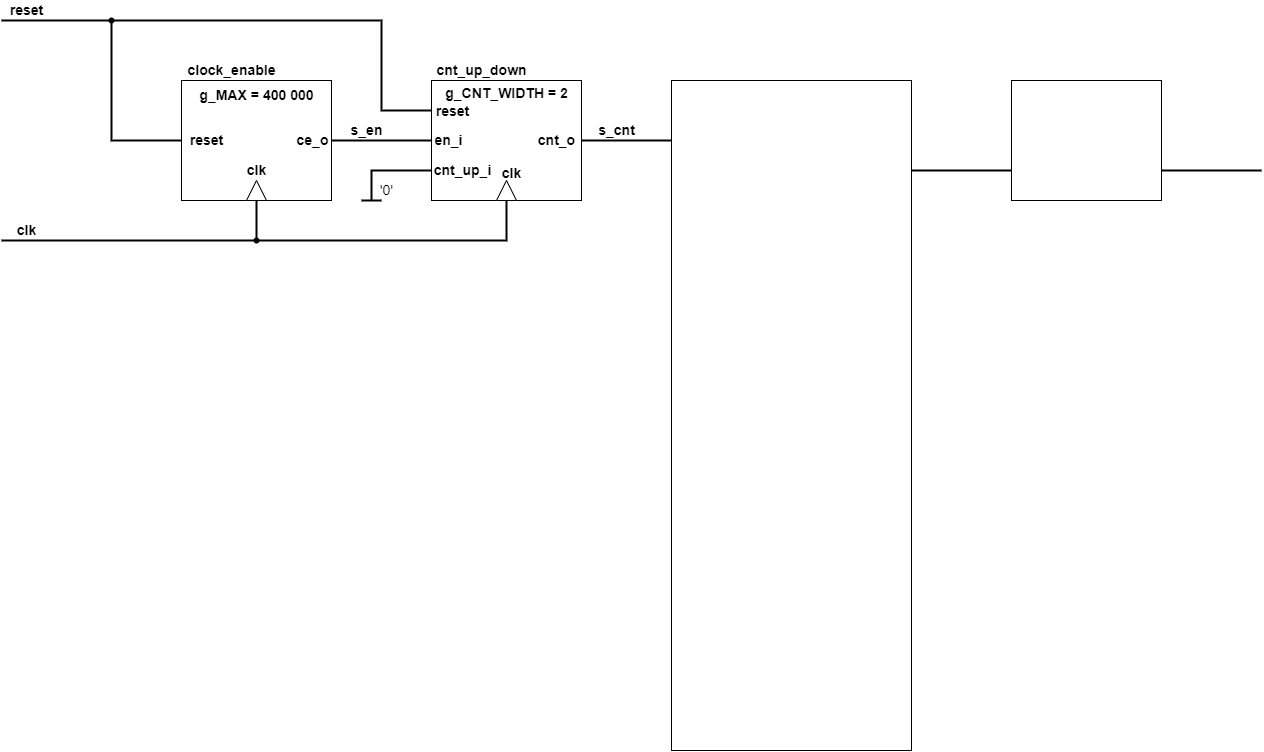
The draw.io diagram labs/07-display_driver/images/schema2.png in Marxs31/digital-electronics-1, before a commit. Source tidied: cells renumbered, new cells last; positions are measured from the earlier drawing's top-left corner, leaving out a move shared by most shapes.
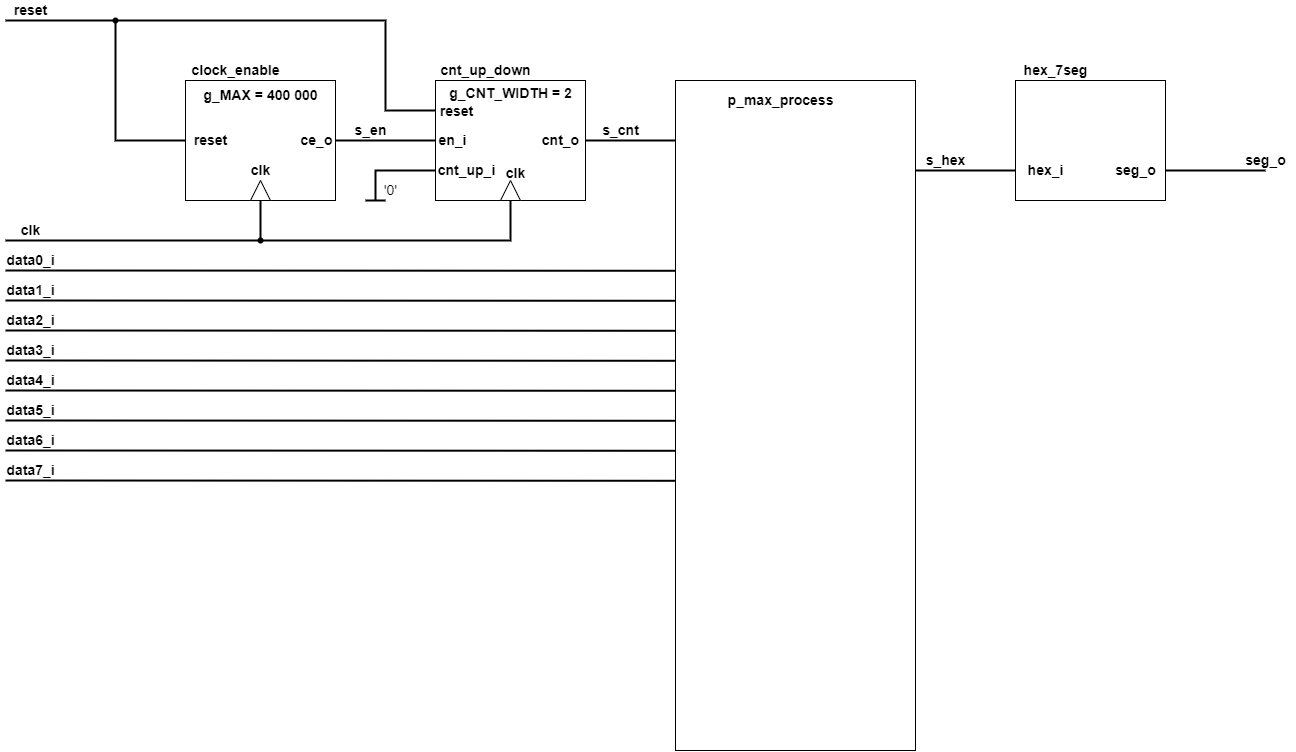
The same file after the commit.

What changed in the source:
```diff
@@ -150,5 +150,94 @@
     <mxCell id="39" value="&lt;b&gt;s_cnt&lt;/b&gt;" style="text;html=1;align=center;verticalAlign=middle;strokeColor=none;fillColor=none;fontSize=14;" parent="1" vertex="1">
       <mxGeometry x="590" y="120" width="50" height="20" as="geometry" />
     </mxCell>
+    <mxCell id="40" value="&lt;b&gt;p_max_process&lt;/b&gt;" style="text;html=1;align=center;verticalAlign=middle;strokeColor=none;fillColor=none;fontSize=14;" parent="1" vertex="1">
+      <mxGeometry x="715" y="90" width="120" height="20" as="geometry" />
+    </mxCell>
+    <mxCell id="41" value="&lt;b&gt;s_hex&lt;/b&gt;" style="text;html=1;align=center;verticalAlign=middle;strokeColor=none;fillColor=none;fontSize=14;" parent="1" vertex="1">
+      <mxGeometry x="910" y="150" width="60" height="20" as="geometry" />
+    </mxCell>
+    <mxCell id="42" value="&lt;b&gt;hex_7seg&lt;/b&gt;" style="text;html=1;align=center;verticalAlign=middle;strokeColor=none;fillColor=none;fontSize=14;" parent="1" vertex="1">
+      <mxGeometry x="1010" y="60" width="80" height="20" as="geometry" />
+    </mxCell>
+    <mxCell id="43" value="&lt;b&gt;hex_i&lt;/b&gt;" style="text;html=1;align=center;verticalAlign=middle;strokeColor=none;fillColor=none;fontSize=14;" parent="1" vertex="1">
+      <mxGeometry x="1015" y="160" width="50" height="20" as="geometry" />
+    </mxCell>
+    <mxCell id="44" value="&lt;b&gt;seg_o&lt;/b&gt;" style="text;html=1;align=center;verticalAlign=middle;strokeColor=none;fillColor=none;fontSize=14;" parent="1" vertex="1">
+      <mxGeometry x="1100" y="160" width="60" height="20" as="geometry" />
+    </mxCell>
+    <mxCell id="45" value="&lt;b&gt;seg_o&lt;/b&gt;" style="text;html=1;align=center;verticalAlign=middle;strokeColor=none;fillColor=none;fontSize=14;" parent="1" vertex="1">
+      <mxGeometry x="1230" y="150" width="60" height="20" as="geometry" />
+    </mxCell>
+    <mxCell id="46" style="endArrow=none;html=1;rounded=0;fontSize=14;strokeWidth=2;entryX=0;entryY=0.284;entryDx=0;entryDy=0;entryPerimeter=0;" parent="1" edge="1" target="4">
+      <mxGeometry relative="1" as="geometry">
+        <mxPoint y="270" as="sourcePoint" />
+      </mxGeometry>
+    </mxCell>
+    <mxCell id="47" value="data0_i" style="text;html=1;align=center;verticalAlign=middle;strokeColor=none;fillColor=none;fontSize=14;fontStyle=1;" parent="1" vertex="1">
+      <mxGeometry x="-5" y="250" width="60" height="20" as="geometry" />
+    </mxCell>
+    <mxCell id="48" style="endArrow=none;html=1;rounded=0;fontSize=14;strokeWidth=2;entryX=0;entryY=0.284;entryDx=0;entryDy=0;entryPerimeter=0;" parent="1" edge="1">
+      <mxGeometry relative="1" as="geometry">
+        <mxPoint y="300" as="sourcePoint" />
+        <mxPoint x="670" y="300.3" as="targetPoint" />
+      </mxGeometry>
+    </mxCell>
+    <mxCell id="49" style="endArrow=none;html=1;rounded=0;fontSize=14;strokeWidth=2;entryX=0;entryY=0.284;entryDx=0;entryDy=0;entryPerimeter=0;" parent="1" edge="1">
+      <mxGeometry relative="1" as="geometry">
+        <mxPoint y="330" as="sourcePoint" />
+        <mxPoint x="670" y="330.3" as="targetPoint" />
+      </mxGeometry>
+    </mxCell>
+    <mxCell id="50" style="endArrow=none;html=1;rounded=0;fontSize=14;strokeWidth=2;entryX=0;entryY=0.284;entryDx=0;entryDy=0;entryPerimeter=0;" parent="1" edge="1">
+      <mxGeometry relative="1" as="geometry">
+        <mxPoint y="360" as="sourcePoint" />
+        <mxPoint x="670" y="360.3" as="targetPoint" />
+      </mxGeometry>
+    </mxCell>
+    <mxCell id="51" style="endArrow=none;html=1;rounded=0;fontSize=14;strokeWidth=2;entryX=0;entryY=0.284;entryDx=0;entryDy=0;entryPerimeter=0;" parent="1" edge="1">
+      <mxGeometry relative="1" as="geometry">
+        <mxPoint y="390" as="sourcePoint" />
+        <mxPoint x="670" y="390.3" as="targetPoint" />
+      </mxGeometry>
+    </mxCell>
+    <mxCell id="52" style="endArrow=none;html=1;rounded=0;fontSize=14;strokeWidth=2;entryX=0;entryY=0.284;entryDx=0;entryDy=0;entryPerimeter=0;" parent="1" edge="1">
+      <mxGeometry relative="1" as="geometry">
+        <mxPoint y="420" as="sourcePoint" />
+        <mxPoint x="670" y="420.3" as="targetPoint" />
+      </mxGeometry>
+    </mxCell>
+    <mxCell id="53" style="endArrow=none;html=1;rounded=0;fontSize=14;strokeWidth=2;entryX=0;entryY=0.284;entryDx=0;entryDy=0;entryPerimeter=0;" parent="1" edge="1">
+      <mxGeometry relative="1" as="geometry">
+        <mxPoint y="450" as="sourcePoint" />
+        <mxPoint x="670" y="450.3" as="targetPoint" />
+      </mxGeometry>
+    </mxCell>
+    <mxCell id="54" style="endArrow=none;html=1;rounded=0;fontSize=14;strokeWidth=2;entryX=0;entryY=0.284;entryDx=0;entryDy=0;entryPerimeter=0;" parent="1" edge="1">
+      <mxGeometry relative="1" as="geometry">
+        <mxPoint y="480" as="sourcePoint" />
+        <mxPoint x="670" y="480.3" as="targetPoint" />
+      </mxGeometry>
+    </mxCell>
+    <mxCell id="55" value="data1_i" style="text;html=1;align=center;verticalAlign=middle;strokeColor=none;fillColor=none;fontSize=14;fontStyle=1;" parent="1" vertex="1">
+      <mxGeometry x="-5" y="280" width="60" height="20" as="geometry" />
+    </mxCell>
+    <mxCell id="56" value="data2_i" style="text;html=1;align=center;verticalAlign=middle;strokeColor=none;fillColor=none;fontSize=14;fontStyle=1;" parent="1" vertex="1">
+      <mxGeometry x="-5" y="310" width="60" height="20" as="geometry" />
+    </mxCell>
+    <mxCell id="57" value="data3_i" style="text;html=1;align=center;verticalAlign=middle;strokeColor=none;fillColor=none;fontSize=14;fontStyle=1;" parent="1" vertex="1">
+      <mxGeometry x="-5" y="340" width="60" height="20" as="geometry" />
+    </mxCell>
+    <mxCell id="58" value="data4_i" style="text;html=1;align=center;verticalAlign=middle;strokeColor=none;fillColor=none;fontSize=14;fontStyle=1;" parent="1" vertex="1">
+      <mxGeometry x="-5" y="370" width="60" height="20" as="geometry" />
+    </mxCell>
+    <mxCell id="59" value="data5_i" style="text;html=1;align=center;verticalAlign=middle;strokeColor=none;fillColor=none;fontSize=14;fontStyle=1;" parent="1" vertex="1">
+      <mxGeometry x="-5" y="400" width="60" height="20" as="geometry" />
+    </mxCell>
+    <mxCell id="60" value="data6_i" style="text;html=1;align=center;verticalAlign=middle;strokeColor=none;fillColor=none;fontSize=14;fontStyle=1;" parent="1" vertex="1">
+      <mxGeometry x="-5" y="430" width="60" height="20" as="geometry" />
+    </mxCell>
+    <mxCell id="61" value="data7_i" style="text;html=1;align=center;verticalAlign=middle;strokeColor=none;fillColor=none;fontSize=14;fontStyle=1;" parent="1" vertex="1">
+      <mxGeometry x="-5" y="460" width="60" height="20" as="geometry" />
+    </mxCell>
   </root>
 </mxGraphModel>
```
